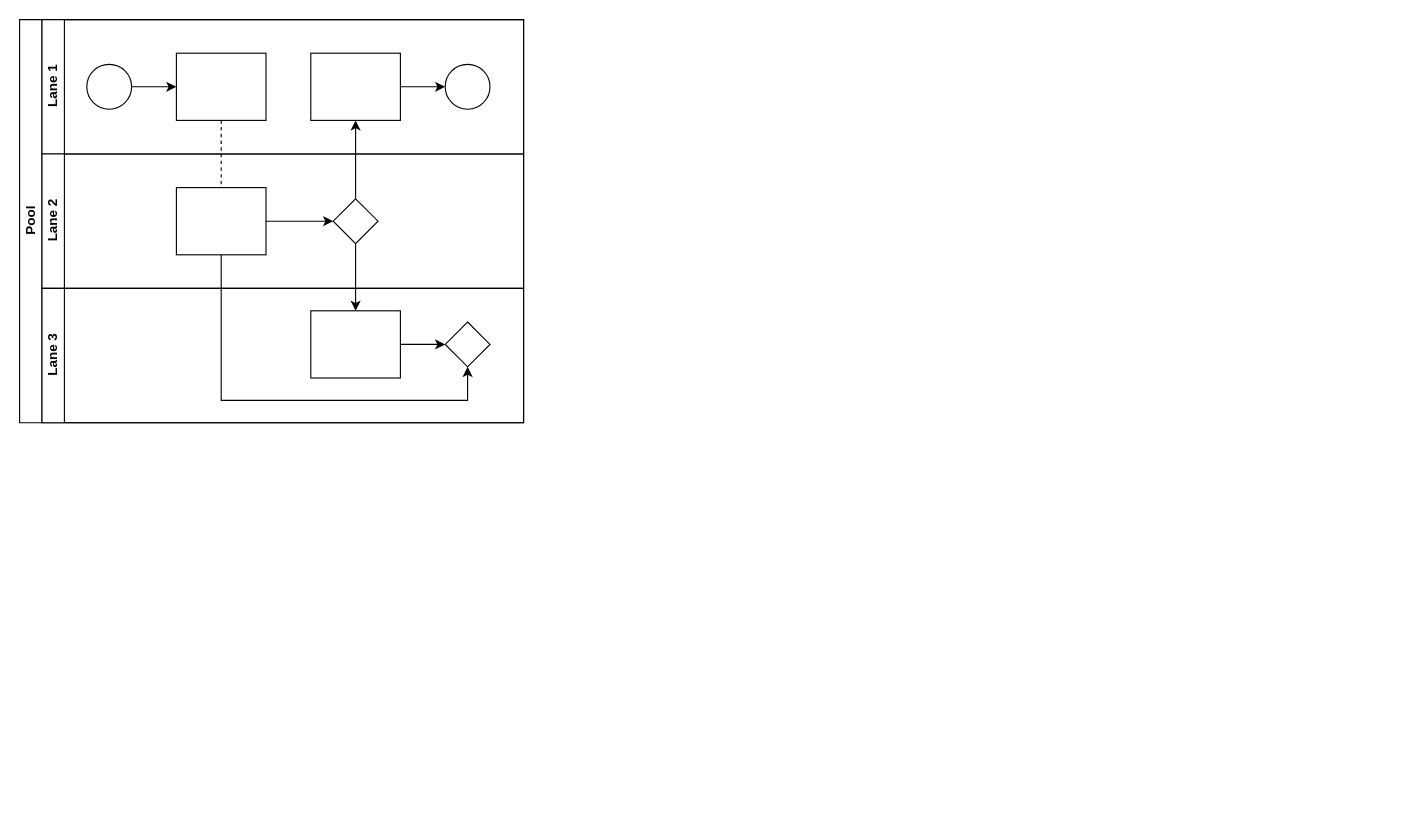
Earlier version of the draw.io diagram Diagrama sem nome.drawio (daniellyluzardo/draw.io). Source tidied: cells renumbered, new cells numbered last; positions are measured from the earlier drawing's top-left corner, leaving out a move shared by most shapes. Both pictures are drawn from the tidied source at 112%, with x=0, y=0 at pixel (19, 19).
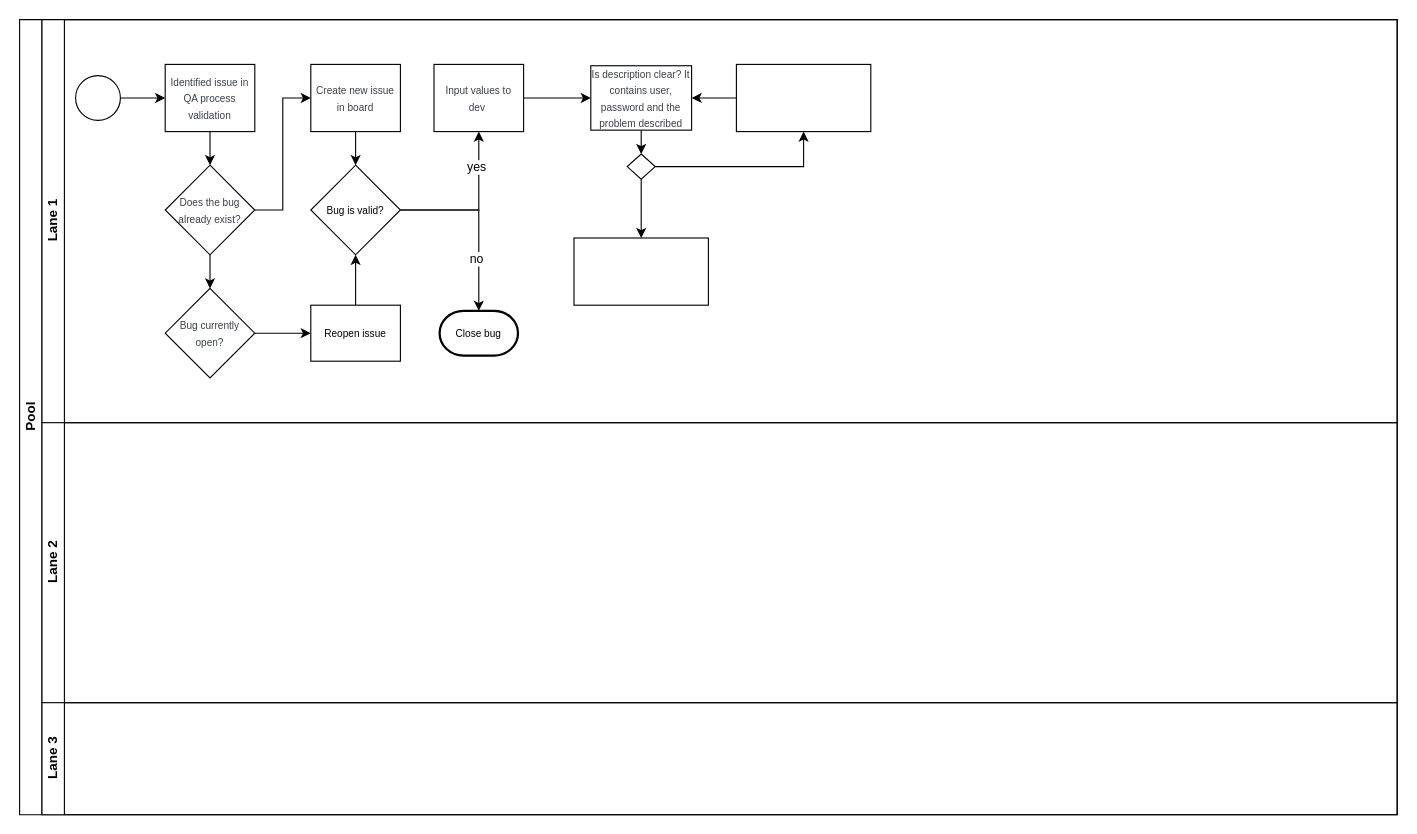
The same page after the edit.

Commit message:
qa-bug-process

Diff of the diagram source:
```diff
@@
     <mxCell id="2" value="Pool" style="swimlane;html=1;horizontal=0;startSize=20;" parent="1" vertex="1">
-      <mxGeometry width="450" height="360" as="geometry" />
+      <mxGeometry width="1230" height="710" as="geometry" />
     </mxCell>
-    <mxCell id="3" style="edgeStyle=orthogonalEdgeStyle;rounded=0;jettySize=auto;html=1;dashed=1;endArrow=none;endFill=0;" parent="2" edge="1" source="10" target="16">
-      <mxGeometry relative="1" as="geometry" />
-    </mxCell>
-    <mxCell id="4" style="edgeStyle=orthogonalEdgeStyle;rounded=0;jettySize=auto;html=1;endArrow=classic;endFill=1;" parent="2" edge="1" source="17" target="12">
-      <mxGeometry relative="1" as="geometry" />
-    </mxCell>
-    <mxCell id="5" style="edgeStyle=orthogonalEdgeStyle;rounded=0;jettySize=auto;html=1;endArrow=classic;endFill=1;" parent="2" edge="1" source="17" target="20">
-      <mxGeometry relative="1" as="geometry" />
-    </mxCell>
-    <mxCell id="6" style="edgeStyle=orthogonalEdgeStyle;rounded=0;jettySize=auto;html=1;endArrow=classic;endFill=1;" parent="2" edge="1" source="16" target="21">
-      <mxGeometry relative="1" as="geometry">
-        <Array as="points">
-          <mxPoint x="180" y="340" />
-          <mxPoint x="400" y="340" />
-        </Array>
-      </mxGeometry>
-    </mxCell>
     <mxCell id="7" value="Lane 1" style="swimlane;html=1;startSize=20;horizontal=0;" parent="2" vertex="1">
-      <mxGeometry x="20" width="430" height="120" as="geometry" />
+      <mxGeometry x="20" width="1210" height="360" as="geometry" />
     </mxCell>
@@
     <mxCell id="9" style="ellipse;whiteSpace=wrap;html=1;" parent="7" vertex="1">
-      <mxGeometry x="40" y="40" width="40" height="40" as="geometry" />
+      <mxGeometry x="30" y="50" width="40" height="40" as="geometry" />
     </mxCell>
+    <mxCell id="22" style="edgeStyle=orthogonalEdgeStyle;rounded=0;jettySize=auto;html=1;" parent="7" edge="1" source="10" target="25">
+      <mxGeometry relative="1" as="geometry" />
+    </mxCell>
-    <mxCell id="10" style="rounded=0;whiteSpace=wrap;html=1;fontFamily=Helvetica;fontSize=12;fontColor=#000000;align=center;" parent="7" vertex="1">
-      <mxGeometry x="120" y="30" width="80" height="60" as="geometry" />
+    <mxCell id="10" value="&lt;span data-lucid-content=&quot;{&amp;quot;t&amp;quot;:&amp;quot;Identified issue in QA process validation&amp;quot;,&amp;quot;m&amp;quot;:[{&amp;quot;s&amp;quot;:0,&amp;quot;n&amp;quot;:&amp;quot;s&amp;quot;,&amp;quot;v&amp;quot;:22.22222222222222,&amp;quot;e&amp;quot;:41},{&amp;quot;s&amp;quot;:0,&amp;quot;n&amp;quot;:&amp;quot;fsp&amp;quot;,&amp;quot;v&amp;quot;:&amp;quot;ss_presetShapeStyle1_textStyle&amp;quot;,&amp;quot;e&amp;quot;:41},{&amp;quot;s&amp;quot;:0,&amp;quot;n&amp;quot;:&amp;quot;fsp2&amp;quot;,&amp;quot;v&amp;quot;:&amp;quot;ss_presetShapeStyle1_textStyle&amp;quot;,&amp;quot;e&amp;quot;:41}]}&quot;&gt;&lt;span style=&quot;color: rgb(58, 65, 74);&quot;&gt;&lt;font style=&quot;font-size: 9px;&quot;&gt;Identified issue in QA process validation&lt;/font&gt;&lt;/span&gt;&lt;/span&gt;" style="rounded=0;whiteSpace=wrap;html=1;fontFamily=Helvetica;fontSize=12;fontColor=#000000;align=center;" parent="7" vertex="1">
+      <mxGeometry x="110" y="40" width="80" height="60" as="geometry" />
     </mxCell>
-    <mxCell id="11" style="edgeStyle=orthogonalEdgeStyle;rounded=0;jettySize=auto;html=1;endArrow=classic;endFill=1;" parent="7" edge="1" source="12" target="13">
-      <mxGeometry relative="1" as="geometry" />
-    </mxCell>
-    <mxCell id="12" style="rounded=0;whiteSpace=wrap;html=1;fontFamily=Helvetica;fontSize=12;fontColor=#000000;align=center;" parent="7" vertex="1">
-      <mxGeometry x="240" y="30" width="80" height="60" as="geometry" />
-    </mxCell>
-    <mxCell id="13" style="ellipse;whiteSpace=wrap;html=1;" parent="7" vertex="1">
-      <mxGeometry x="360" y="40" width="40" height="40" as="geometry" />
-    </mxCell>
+    <mxCell id="23" style="edgeStyle=orthogonalEdgeStyle;rounded=0;jettySize=auto;html=1;entryX=0;entryY=0.5;entryDx=0;entryDy=0;" parent="7" edge="1" source="25" target="27">
+      <mxGeometry relative="1" as="geometry" />
+    </mxCell>
+    <mxCell id="24" style="edgeStyle=orthogonalEdgeStyle;rounded=0;jettySize=auto;html=1;" parent="7" edge="1" source="25" target="29">
+      <mxGeometry relative="1" as="geometry" />
+    </mxCell>
+    <mxCell id="25" value="&lt;span data-lucid-content=&quot;{&amp;quot;t&amp;quot;:&amp;quot;Does the bug already exist?&amp;quot;,&amp;quot;m&amp;quot;:[{&amp;quot;s&amp;quot;:0,&amp;quot;n&amp;quot;:&amp;quot;s&amp;quot;,&amp;quot;v&amp;quot;:22.22222222222222,&amp;quot;e&amp;quot;:27},{&amp;quot;s&amp;quot;:0,&amp;quot;n&amp;quot;:&amp;quot;fsp&amp;quot;,&amp;quot;v&amp;quot;:&amp;quot;ss_presetShapeStyle1_textStyle&amp;quot;,&amp;quot;e&amp;quot;:27},{&amp;quot;s&amp;quot;:0,&amp;quot;n&amp;quot;:&amp;quot;fsp2&amp;quot;,&amp;quot;v&amp;quot;:&amp;quot;ss_presetShapeStyle1_textStyle&amp;quot;,&amp;quot;e&amp;quot;:27}]}&quot;&gt;&lt;span style=&quot;color: rgb(58, 65, 74);&quot;&gt;&lt;font style=&quot;font-size: 9px;&quot;&gt;Does the bug already exist?&lt;/font&gt;&lt;/span&gt;&lt;/span&gt;" style="rhombus;whiteSpace=wrap;html=1;fontColor=#000000;rounded=0;" parent="7" vertex="1">
+      <mxGeometry x="110" y="130" width="80" height="80" as="geometry" />
+    </mxCell>
+    <mxCell id="26" style="edgeStyle=orthogonalEdgeStyle;rounded=0;jettySize=auto;html=1;" parent="7" edge="1" source="27" target="32">
+      <mxGeometry relative="1" as="geometry" />
+    </mxCell>
+    <mxCell id="27" value="&lt;span data-lucid-content=&quot;{&amp;quot;t&amp;quot;:&amp;quot;Create new issue in board&amp;quot;,&amp;quot;m&amp;quot;:[{&amp;quot;s&amp;quot;:0,&amp;quot;n&amp;quot;:&amp;quot;s&amp;quot;,&amp;quot;v&amp;quot;:22.22222222222222,&amp;quot;e&amp;quot;:25},{&amp;quot;s&amp;quot;:0,&amp;quot;n&amp;quot;:&amp;quot;fsp&amp;quot;,&amp;quot;v&amp;quot;:&amp;quot;ss_presetShapeStyle1_textStyle&amp;quot;,&amp;quot;e&amp;quot;:25},{&amp;quot;s&amp;quot;:0,&amp;quot;n&amp;quot;:&amp;quot;fsp2&amp;quot;,&amp;quot;v&amp;quot;:&amp;quot;ss_presetShapeStyle1_textStyle&amp;quot;,&amp;quot;e&amp;quot;:25}]}&quot;&gt;&lt;span style=&quot;color: rgb(58, 65, 74);&quot;&gt;&lt;font style=&quot;font-size: 9px;&quot;&gt;Create new issue in board&lt;/font&gt;&lt;/span&gt;&lt;/span&gt;" style="whiteSpace=wrap;html=1;fontColor=#000000;rounded=0;" parent="7" vertex="1">
+      <mxGeometry x="240" y="40" width="80" height="60" as="geometry" />
+    </mxCell>
+    <mxCell id="28" style="edgeStyle=orthogonalEdgeStyle;rounded=0;jettySize=auto;html=1;" parent="7" edge="1" source="29" target="34">
+      <mxGeometry relative="1" as="geometry" />
+    </mxCell>
+    <mxCell id="29" value="&lt;span data-lucid-content=&quot;{&amp;quot;t&amp;quot;:&amp;quot;Bug currently open?&amp;quot;,&amp;quot;m&amp;quot;:[{&amp;quot;s&amp;quot;:0,&amp;quot;n&amp;quot;:&amp;quot;s&amp;quot;,&amp;quot;v&amp;quot;:22.22222222222222,&amp;quot;e&amp;quot;:19},{&amp;quot;s&amp;quot;:0,&amp;quot;n&amp;quot;:&amp;quot;fsp&amp;quot;,&amp;quot;v&amp;quot;:&amp;quot;ss_presetShapeStyle1_textStyle&amp;quot;,&amp;quot;e&amp;quot;:19},{&amp;quot;s&amp;quot;:0,&amp;quot;n&amp;quot;:&amp;quot;fsp2&amp;quot;,&amp;quot;v&amp;quot;:&amp;quot;ss_presetShapeStyle1_textStyle&amp;quot;,&amp;quot;e&amp;quot;:19}]}&quot;&gt;&lt;span style=&quot;color: rgb(58, 65, 74);&quot;&gt;&lt;font style=&quot;font-size: 9px;&quot;&gt;Bug currently open?&lt;/font&gt;&lt;/span&gt;&lt;/span&gt;" style="rhombus;whiteSpace=wrap;html=1;fontColor=#000000;rounded=0;" parent="7" vertex="1">
+      <mxGeometry x="110" y="240" width="80" height="80" as="geometry" />
+    </mxCell>
+    <mxCell id="30" style="edgeStyle=orthogonalEdgeStyle;rounded=0;jettySize=auto;html=1;" parent="7" edge="1" source="32" target="36">
+      <mxGeometry relative="1" as="geometry" />
+    </mxCell>
+    <mxCell id="31" value="yes" style="edgeLabel;html=1;align=center;verticalAlign=middle;" parent="30" vertex="1">
+      <mxGeometry x="0.56" y="3" relative="1" as="geometry" />
+    </mxCell>
+    <mxCell id="32" value="&lt;font style=&quot;font-size: 9px;&quot;&gt;Bug is valid?&lt;/font&gt;" style="rhombus;whiteSpace=wrap;html=1;fontColor=#000000;rounded=0;" parent="7" vertex="1">
+      <mxGeometry x="240" y="130" width="80" height="80" as="geometry" />
+    </mxCell>
+    <mxCell id="33" style="edgeStyle=orthogonalEdgeStyle;rounded=0;jettySize=auto;html=1;entryX=0.5;entryY=1;entryDx=0;entryDy=0;" parent="7" edge="1" source="34" target="32">
+      <mxGeometry relative="1" as="geometry" />
+    </mxCell>
+    <mxCell id="34" value="&lt;font style=&quot;font-size: 9px;&quot;&gt;Reopen issue&lt;/font&gt;" style="whiteSpace=wrap;html=1;fontColor=#000000;rounded=0;" parent="7" vertex="1">
+      <mxGeometry x="240" y="255" width="80" height="50" as="geometry" />
+    </mxCell>
+    <mxCell id="35" style="edgeStyle=orthogonalEdgeStyle;rounded=0;jettySize=auto;html=1;" parent="7" edge="1" source="36" target="41">
+      <mxGeometry relative="1" as="geometry" />
+    </mxCell>
+    <mxCell id="36" value="&lt;span data-lucid-content=&quot;{&amp;quot;t&amp;quot;:&amp;quot;Input values to dev &amp;quot;,&amp;quot;m&amp;quot;:[{&amp;quot;s&amp;quot;:0,&amp;quot;n&amp;quot;:&amp;quot;s&amp;quot;,&amp;quot;v&amp;quot;:22.22222222222222,&amp;quot;e&amp;quot;:20},{&amp;quot;s&amp;quot;:0,&amp;quot;n&amp;quot;:&amp;quot;fsp&amp;quot;,&amp;quot;v&amp;quot;:&amp;quot;ss_presetShapeStyle1_textStyle&amp;quot;,&amp;quot;e&amp;quot;:20},{&amp;quot;s&amp;quot;:0,&amp;quot;n&amp;quot;:&amp;quot;fsp2&amp;quot;,&amp;quot;v&amp;quot;:&amp;quot;ss_presetShapeStyle1_textStyle&amp;quot;,&amp;quot;e&amp;quot;:20}]}&quot;&gt;&lt;span style=&quot;color: rgb(58, 65, 74);&quot;&gt;&lt;font style=&quot;font-size: 9px;&quot;&gt;Input values to dev&amp;nbsp;&lt;/font&gt;&lt;/span&gt;&lt;/span&gt;" style="whiteSpace=wrap;html=1;fontColor=#000000;rounded=0;" parent="7" vertex="1">
+      <mxGeometry x="350" y="40" width="80" height="60" as="geometry" />
+    </mxCell>
+    <mxCell id="37" value="&lt;font style=&quot;font-size: 9px;&quot;&gt;Close bug&lt;/font&gt;" style="strokeWidth=2;html=1;shape=mxgraph.flowchart.terminator;whiteSpace=wrap;" parent="7" vertex="1">
+      <mxGeometry x="355" y="260" width="70" height="40" as="geometry" />
+    </mxCell>
+    <mxCell id="38" style="edgeStyle=orthogonalEdgeStyle;rounded=0;jettySize=auto;html=1;" parent="7" edge="1" source="32" target="37">
+      <mxGeometry relative="1" as="geometry" />
+    </mxCell>
+    <mxCell id="39" value="no" style="edgeLabel;html=1;align=center;verticalAlign=middle;" parent="38" vertex="1">
+      <mxGeometry x="0.41" y="-3" relative="1" as="geometry" />
+    </mxCell>
+    <mxCell id="40" style="edgeStyle=orthogonalEdgeStyle;rounded=0;jettySize=auto;html=1;" parent="7" edge="1" source="41" target="44">
+      <mxGeometry relative="1" as="geometry" />
+    </mxCell>
+    <mxCell id="41" value="&lt;span data-lucid-content=&quot;{&amp;quot;t&amp;quot;:&amp;quot;Is description clear? It contains user, password and the problem described&amp;quot;,&amp;quot;m&amp;quot;:[{&amp;quot;s&amp;quot;:0,&amp;quot;n&amp;quot;:&amp;quot;s&amp;quot;,&amp;quot;v&amp;quot;:22.22222222222222,&amp;quot;e&amp;quot;:74},{&amp;quot;s&amp;quot;:0,&amp;quot;n&amp;quot;:&amp;quot;fsp&amp;quot;,&amp;quot;v&amp;quot;:&amp;quot;ss_presetShapeStyle1_textStyle&amp;quot;,&amp;quot;e&amp;quot;:74},{&amp;quot;s&amp;quot;:0,&amp;quot;n&amp;quot;:&amp;quot;fsp2&amp;quot;,&amp;quot;v&amp;quot;:&amp;quot;ss_presetShapeStyle1_textStyle&amp;quot;,&amp;quot;e&amp;quot;:74}]}&quot;&gt;&lt;span style=&quot;color: rgb(58, 65, 74);&quot;&gt;&lt;font style=&quot;font-size: 9px;&quot;&gt;Is description clear? It contains user, password and the problem described&lt;/font&gt;&lt;/span&gt;&lt;/span&gt;" style="whiteSpace=wrap;html=1;fontColor=#000000;rounded=0;" parent="7" vertex="1">
+      <mxGeometry x="490" y="41.2" width="90" height="57.5" as="geometry" />
+    </mxCell>
+    <mxCell id="42" style="edgeStyle=orthogonalEdgeStyle;rounded=0;jettySize=auto;html=1;" parent="7" edge="1" source="44" target="46">
+      <mxGeometry relative="1" as="geometry" />
+    </mxCell>
+    <mxCell id="43" style="edgeStyle=orthogonalEdgeStyle;rounded=0;jettySize=auto;html=1;" parent="7" edge="1" source="44" target="47">
+      <mxGeometry relative="1" as="geometry" />
+    </mxCell>
+    <mxCell id="44" style="rhombus;whiteSpace=wrap;html=1;fontColor=#000000;rounded=0;" parent="7" vertex="1">
+      <mxGeometry x="522.5" y="120" width="25" height="22.5" as="geometry" />
+    </mxCell>
+    <mxCell id="45" style="edgeStyle=orthogonalEdgeStyle;rounded=0;jettySize=auto;html=1;entryX=1;entryY=0.5;entryDx=0;entryDy=0;" parent="7" edge="1" source="46" target="41">
+      <mxGeometry relative="1" as="geometry" />
+    </mxCell>
+    <mxCell id="46" style="whiteSpace=wrap;html=1;fontColor=#000000;rounded=0;" parent="7" vertex="1">
+      <mxGeometry x="620" y="40" width="120" height="60" as="geometry" />
+    </mxCell>
+    <mxCell id="47" style="whiteSpace=wrap;html=1;fontColor=#000000;rounded=0;" parent="7" vertex="1">
+      <mxGeometry x="475" y="195" width="120" height="60" as="geometry" />
+    </mxCell>
     <mxCell id="14" value="Lane 2" style="swimlane;html=1;startSize=20;horizontal=0;" parent="2" vertex="1">
-      <mxGeometry x="20" y="120" width="430" height="120" as="geometry" />
+      <mxGeometry x="20" y="360" width="1210" height="250" as="geometry" />
     </mxCell>
-    <mxCell id="15" style="edgeStyle=orthogonalEdgeStyle;rounded=0;jettySize=auto;html=1;endArrow=classic;endFill=1;" parent="14" edge="1" source="16" target="17">
-      <mxGeometry relative="1" as="geometry" />
-    </mxCell>
-    <mxCell id="16" style="rounded=0;whiteSpace=wrap;html=1;fontFamily=Helvetica;fontSize=12;fontColor=#000000;align=center;" parent="14" vertex="1">
-      <mxGeometry x="120" y="30" width="80" height="60" as="geometry" />
-    </mxCell>
-    <mxCell id="17" style="rhombus;whiteSpace=wrap;html=1;fontFamily=Helvetica;fontSize=12;fontColor=#000000;align=center;" parent="14" vertex="1">
-      <mxGeometry x="260" y="40" width="40" height="40" as="geometry" />
-    </mxCell>
     <mxCell id="18" value="Lane 3" style="swimlane;html=1;startSize=20;horizontal=0;" parent="2" vertex="1">
-      <mxGeometry x="20" y="240" width="430" height="120" as="geometry" />
+      <mxGeometry x="20" y="610" width="1210" height="100" as="geometry" />
     </mxCell>
-    <mxCell id="19" style="edgeStyle=orthogonalEdgeStyle;rounded=0;jettySize=auto;html=1;endArrow=classic;endFill=1;" parent="18" edge="1" source="20" target="21">
-      <mxGeometry relative="1" as="geometry" />
-    </mxCell>
-    <mxCell id="20" style="rounded=0;whiteSpace=wrap;html=1;fontFamily=Helvetica;fontSize=12;fontColor=#000000;align=center;" parent="18" vertex="1">
-      <mxGeometry x="240" y="20" width="80" height="60" as="geometry" />
-    </mxCell>
-    <mxCell id="21" style="rhombus;whiteSpace=wrap;html=1;fontFamily=Helvetica;fontSize=12;fontColor=#000000;align=center;" parent="18" vertex="1">
-      <mxGeometry x="360" y="30" width="40" height="40" as="geometry" />
-    </mxCell>
```
